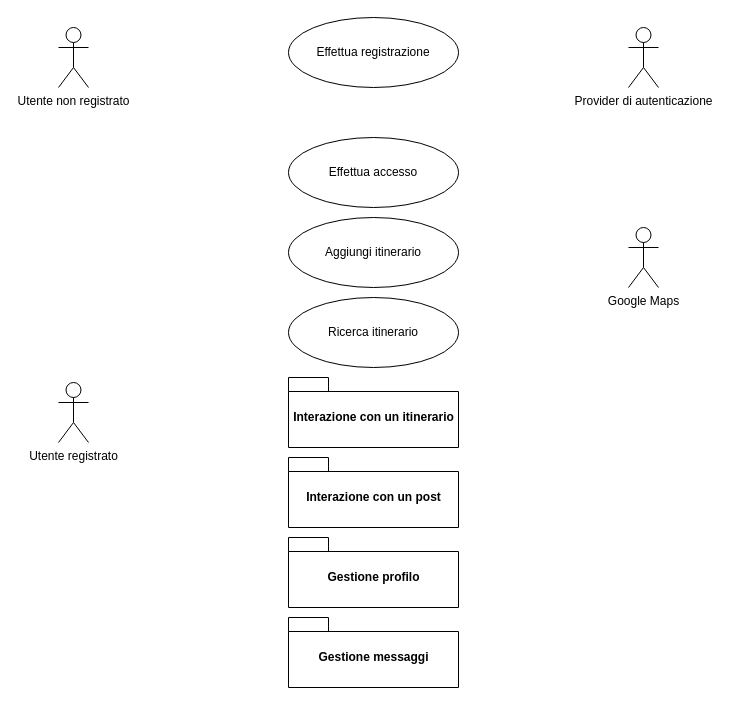
This is page "UseCase" (1 of 5) of useCase.drawio from archer-65/natour-2122, a draw.io file, before an edit. Source tidied: cells renumbered, new cells numbered last; positions are measured from the earlier drawing's top-left corner, leaving out a move shared by most shapes. Both pictures are drawn from the tidied source at 100%, with x=0, y=0 at pixel (58, 17).
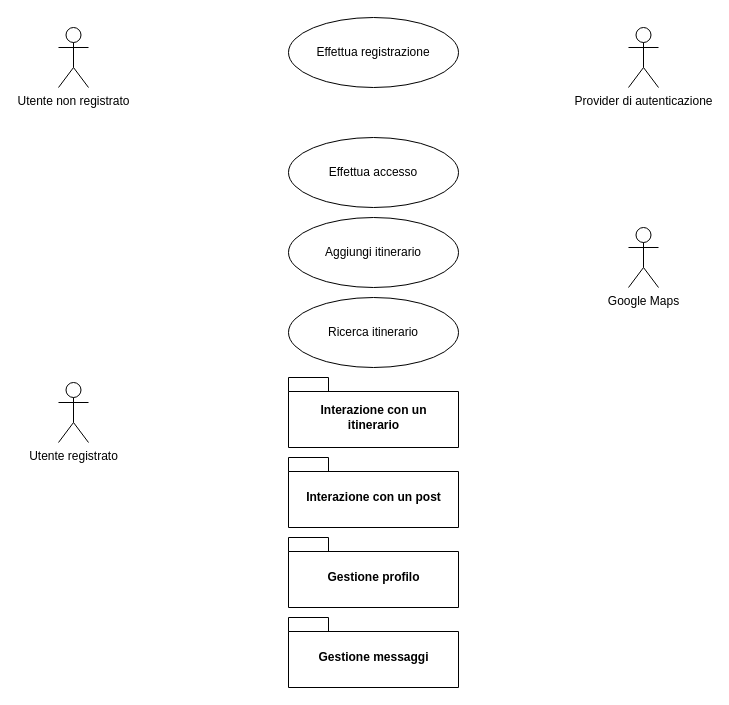
After the change.

Diff of the diagram source:
```diff
@@
 <mxGraphModel>
   <root>
     <mxCell id="0" />
     <mxCell id="1" parent="0" />
     <mxCell id="2" value="Utente non registrato" style="shape=umlActor;verticalLabelPosition=bottom;verticalAlign=top;html=1;" parent="1" vertex="1">
       <mxGeometry y="10" width="30" height="60" as="geometry" />
     </mxCell>
     <mxCell id="3" value="Utente registrato" style="shape=umlActor;verticalLabelPosition=bottom;verticalAlign=top;html=1;" parent="1" vertex="1">
       <mxGeometry y="365" width="30" height="60" as="geometry" />
     </mxCell>
     <mxCell id="4" value="Effettua registrazione" style="ellipse;whiteSpace=wrap;html=1;" parent="1" vertex="1">
       <mxGeometry x="230" width="170" height="70" as="geometry" />
     </mxCell>
     <mxCell id="5" value="Effettua accesso" style="ellipse;whiteSpace=wrap;html=1;" parent="1" vertex="1">
       <mxGeometry x="230" y="120" width="170" height="70" as="geometry" />
     </mxCell>
     <mxCell id="6" value="Provider di autenticazione" style="shape=umlActor;verticalLabelPosition=bottom;verticalAlign=top;html=1;" parent="1" vertex="1">
       <mxGeometry x="570" y="10" width="30" height="60" as="geometry" />
     </mxCell>
     <mxCell id="7" value="Google Maps" style="shape=umlActor;verticalLabelPosition=bottom;verticalAlign=top;html=1;" parent="1" vertex="1">
       <mxGeometry x="570" y="210" width="30" height="60" as="geometry" />
     </mxCell>
     <mxCell id="8" value="Interazione con un post" style="shape=folder;fontStyle=1;spacingTop=10;tabWidth=40;tabHeight=14;tabPosition=left;html=1;" parent="1" vertex="1">
       <mxGeometry x="230" y="440" width="170" height="70" as="geometry" />
     </mxCell>
     <mxCell id="9" value="Gestione messaggi" style="shape=folder;fontStyle=1;spacingTop=10;tabWidth=40;tabHeight=14;tabPosition=left;html=1;" parent="1" vertex="1">
       <mxGeometry x="230" y="600" width="170" height="70" as="geometry" />
     </mxCell>
     <mxCell id="10" value="Ricerca itinerario" style="ellipse;whiteSpace=wrap;html=1;" parent="1" vertex="1">
       <mxGeometry x="230" y="280" width="170" height="70" as="geometry" />
     </mxCell>
-    <mxCell id="11" value="Interazione con un itinerario" style="shape=folder;fontStyle=1;spacingTop=10;tabWidth=40;tabHeight=14;tabPosition=left;html=1;" parent="1" vertex="1">
+    <mxCell id="11" value="Interazione con un&lt;br&gt;itinerario" style="shape=folder;fontStyle=1;spacingTop=10;tabWidth=40;tabHeight=14;tabPosition=left;html=1;" parent="1" vertex="1">
       <mxGeometry x="230" y="360" width="170" height="70" as="geometry" />
     </mxCell>
     <mxCell id="12" value="Gestione profilo" style="shape=folder;fontStyle=1;spacingTop=10;tabWidth=40;tabHeight=14;tabPosition=left;html=1;" parent="1" vertex="1">
       <mxGeometry x="230" y="520" width="170" height="70" as="geometry" />
     </mxCell>
     <mxCell id="13" value="Aggiungi itinerario" style="ellipse;whiteSpace=wrap;html=1;" parent="1" vertex="1">
       <mxGeometry x="230" y="200" width="170" height="70" as="geometry" />
     </mxCell>
   </root>
 </mxGraphModel>
```
